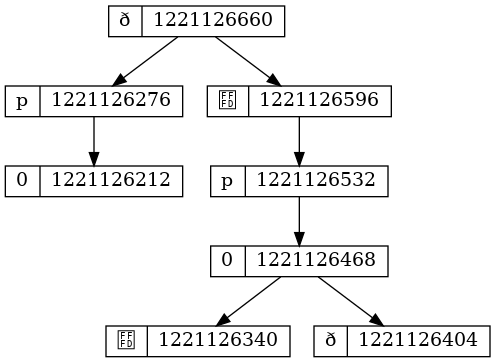
Joao-Pedro-dos-Santos-Melo/compiladores keeps this Graphviz diagram as analisador/parte5/tree.png. Above is the earlier version. Its source is kept beside it as analisador/parte5/tree.dot. Its diagram source:
```dot
digraph {
	node [ shape=record, height = .1] ;
	n0x575c48c8e9f0 [label="ð|1221126660"]
	n0x575c48c8e870 [label="p|1221126276"]
	n0x575c48c8e830 [label="0|1221126212"]
	n0x575c48c8e9b0 [label="°|1221126596"]
	n0x575c48c8e970 [label="p|1221126532"]
	n0x575c48c8e930 [label="0|1221126468"]
	n0x575c48c8e8b0 [label="°|1221126340"]
	n0x575c48c8e8f0 [label="ð|1221126404"]
	n0x575c48c8e9f0 -> n0x575c48c8e870
	n0x575c48c8e870 -> n0x575c48c8e830
	n0x575c48c8e9f0 -> n0x575c48c8e9b0
	n0x575c48c8e9b0 -> n0x575c48c8e970
	n0x575c48c8e970 -> n0x575c48c8e930
	n0x575c48c8e930 -> n0x575c48c8e8b0
	n0x575c48c8e930 -> n0x575c48c8e8f0
}
```
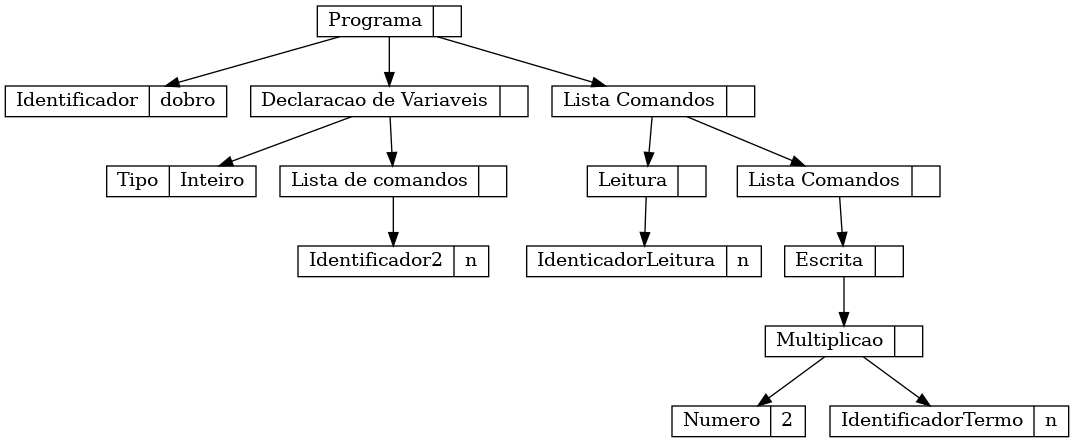
The same file after the commit.

Change to the diagram source:
```diff
@@ -1,18 +1,30 @@
 digraph {
 	node [ shape=record, height = .1] ;
-	n0x575c48c8e9f0 [label="ð|1221126660"]
-	n0x575c48c8e870 [label="p|1221126276"]
-	n0x575c48c8e830 [label="0|1221126212"]
-	n0x575c48c8e9b0 [label="°|1221126596"]
-	n0x575c48c8e970 [label="p|1221126532"]
-	n0x575c48c8e930 [label="0|1221126468"]
-	n0x575c48c8e8b0 [label="°|1221126340"]
-	n0x575c48c8e8f0 [label="ð|1221126404"]
-	n0x575c48c8e9f0 -> n0x575c48c8e870
-	n0x575c48c8e870 -> n0x575c48c8e830
-	n0x575c48c8e9f0 -> n0x575c48c8e9b0
-	n0x575c48c8e9b0 -> n0x575c48c8e970
-	n0x575c48c8e970 -> n0x575c48c8e930
-	n0x575c48c8e930 -> n0x575c48c8e8b0
-	n0x575c48c8e930 -> n0x575c48c8e8f0
+	n0x5c3f1cf14d10 [label="Programa|"]
+	n0x5c3f1cf146f0 [label="Identificador|dobro"]
+	n0x5c3f1cf148b0 [label="Declaracao de Variaveis|"]
+	n0x5c3f1cf14760 [label="Tipo|Inteiro"]
+	n0x5c3f1cf147d0 [label="Lista de comandos|"]
+	n0x5c3f1cf14840 [label="Identificador2|n"]
+	n0x5c3f1cf14ca0 [label="Lista Comandos|"]
+	n0x5c3f1cf14a00 [label="Leitura|"]
+	n0x5c3f1cf14990 [label="IdenticadorLeitura|n"]
+	n0x5c3f1cf14c30 [label="Lista Comandos|"]
+	n0x5c3f1cf14bc0 [label="Escrita|"]
+	n0x5c3f1cf14b50 [label="Multiplicao|"]
+	n0x5c3f1cf14a70 [label="Numero|2"]
+	n0x5c3f1cf14ae0 [label="IdentificadorTermo|n"]
+	n0x5c3f1cf14d10 -> n0x5c3f1cf146f0
+	n0x5c3f1cf14d10 -> n0x5c3f1cf148b0
+	n0x5c3f1cf148b0 -> n0x5c3f1cf14760
+	n0x5c3f1cf148b0 -> n0x5c3f1cf147d0
+	n0x5c3f1cf147d0 -> n0x5c3f1cf14840
+	n0x5c3f1cf14d10 -> n0x5c3f1cf14ca0
+	n0x5c3f1cf14ca0 -> n0x5c3f1cf14a00
+	n0x5c3f1cf14a00 -> n0x5c3f1cf14990
+	n0x5c3f1cf14ca0 -> n0x5c3f1cf14c30
+	n0x5c3f1cf14c30 -> n0x5c3f1cf14bc0
+	n0x5c3f1cf14bc0 -> n0x5c3f1cf14b50
+	n0x5c3f1cf14b50 -> n0x5c3f1cf14a70
+	n0x5c3f1cf14b50 -> n0x5c3f1cf14ae0
 }
```
